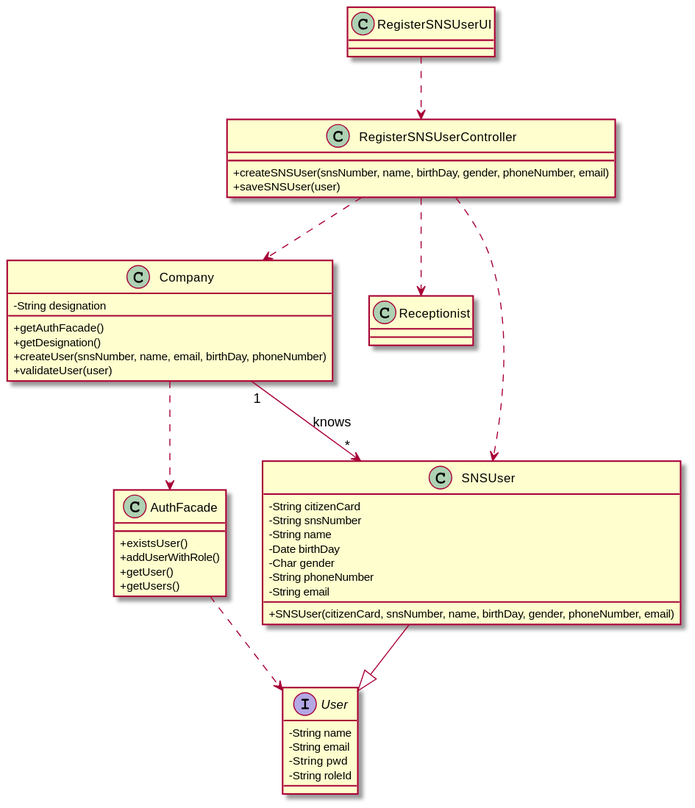
Before: docs/SprintB/US03/CD/US03_CD.svg, a diagram exported from PlantUML (miseEnPlace-i/lapr2).
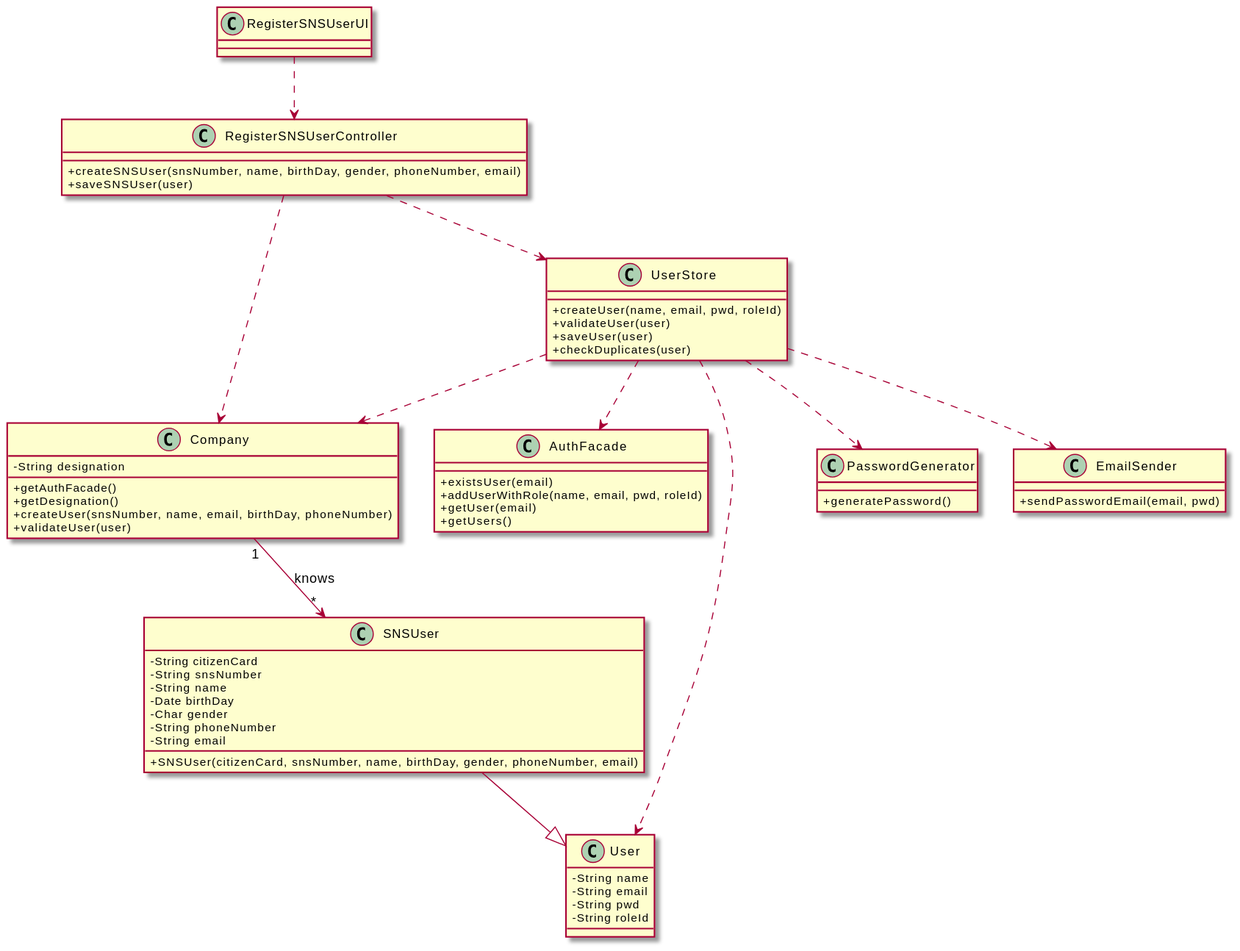
The same file after the commit.

Change to the diagram source:
```diff
@@ -3,9 +3,9 @@
 
 
 class AuthFacade {
-  + existsUser()
-  + addUserWithRole()
-  + getUser()
+  + existsUser(email)
+  + addUserWithRole(name, email, pwd, roleId)
+  + getUser(email)
   + getUsers()
 }
 
@@ -17,9 +17,6 @@
   + validateUser(user)
 }
 
-class Receptionist {
-
-}
 
 class RegisterSNSUserController {
   + createSNSUser(snsNumber, name, birthDay, gender, phoneNumber, email)
@@ -39,25 +36,43 @@
   + SNSUser(citizenCard, snsNumber, name, birthDay, gender, phoneNumber, email)
 }
 
-interface User {
+class User {
   - String name
   - String email
   - String pwd
   - String roleId
 }
 
+class UserStore {
+  + createUser(name, email, pwd, roleId)
+  + validateUser(user)
+  + saveUser(user)
+  + checkDuplicates(user)
+}
 
-AuthFacade ..> User
+class PasswordGenerator {
+  + generatePassword()
+}
+
+class EmailSender {
+  + sendPasswordEmail(email, pwd)
+}
+
+
 
 Company "1" --> "*" SNSUser : knows
-Company ..> AuthFacade
 
 RegisterSNSUserController ..> Company
-RegisterSNSUserController ..> Receptionist
-RegisterSNSUserController ..> SNSUser
+RegisterSNSUserController ..> UserStore
 
 RegisterSNSUserUI ..> RegisterSNSUserController
 
 SNSUser --|> User
 
+UserStore ..> User
+UserStore ..> Company
+UserStore ..> AuthFacade
+UserStore ..> PasswordGenerator
+UserStore ..> EmailSender
+
 @enduml
```
